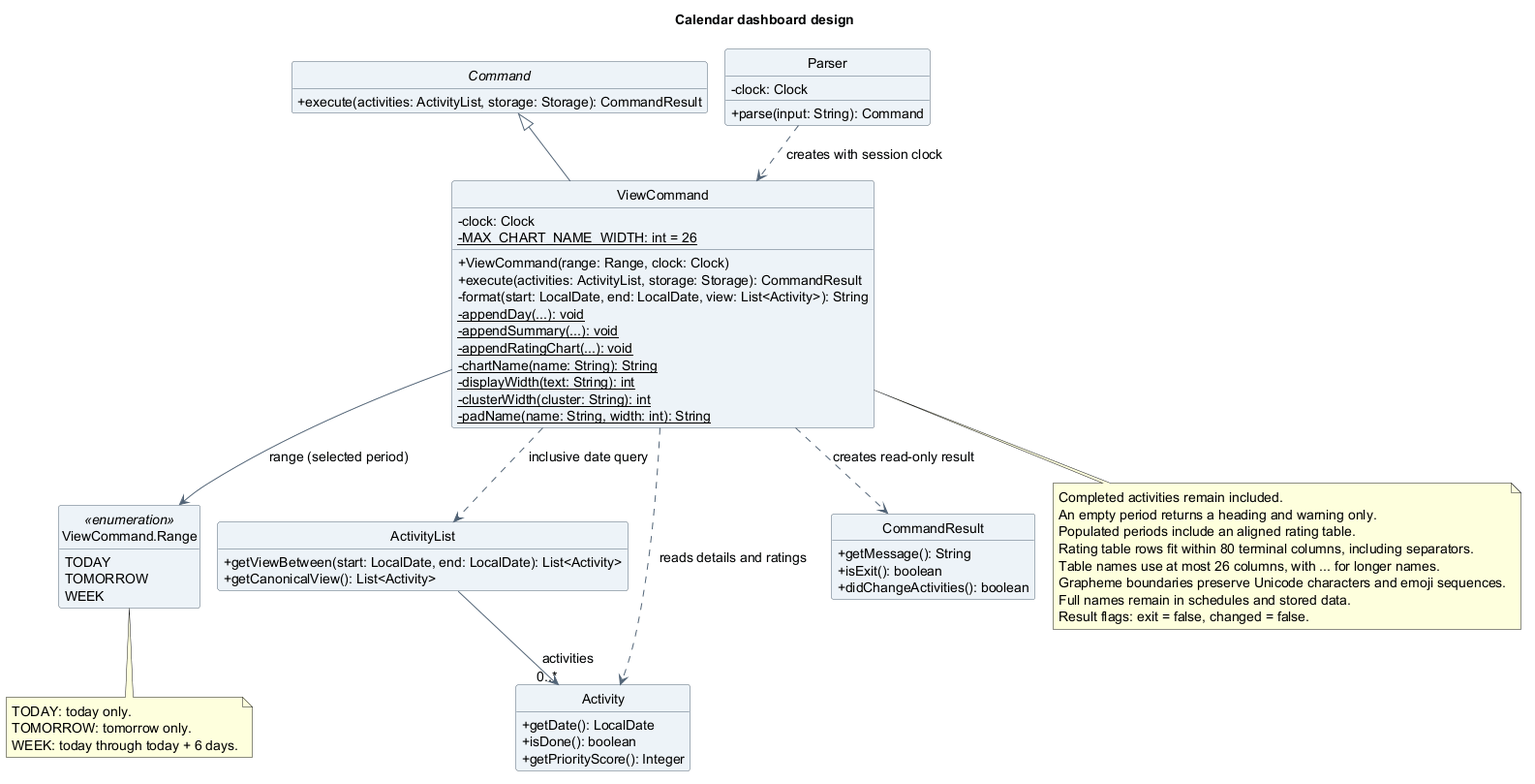
Earlier version of the PlantUML export docs/images/atharva/class/CalendarViewClassDiagram.png (AY2627S1-CS2113-T10-4/tp).
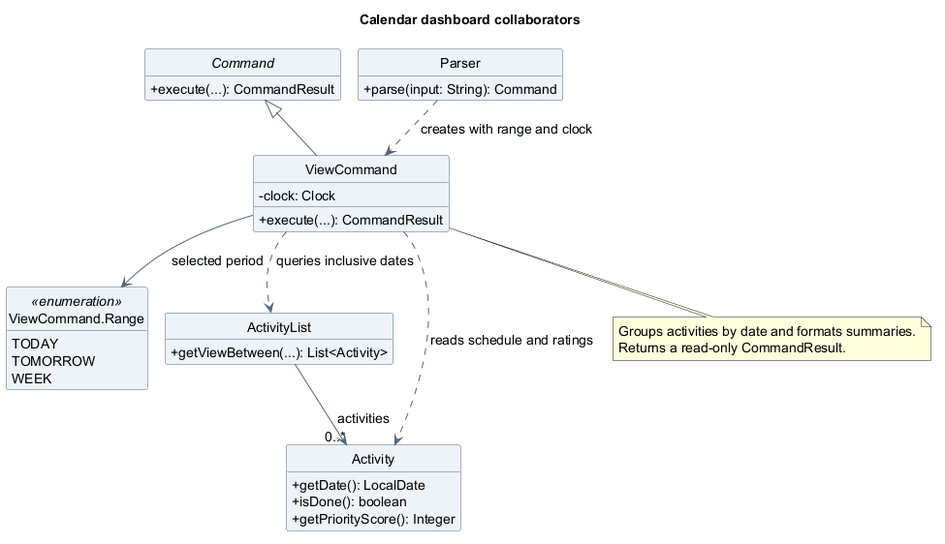
The same diagram one commit later.

The edit, as a diff of the source:
```diff
@@ -1,6 +1,6 @@
 @startuml
 !pragma layout smetana
-title Calendar dashboard design
+title Calendar dashboard collaborators
 skinparam backgroundColor white
 skinparam shadowing false
 skinparam defaultFontName SansSerif
@@ -13,25 +13,14 @@
 hide empty members
 
 abstract class Command {
-  +execute(activities: ActivityList, storage: Storage): CommandResult
+  +execute(...): CommandResult
 }
 class Parser {
-  -clock: Clock
   +parse(input: String): Command
 }
 class ViewCommand {
   -clock: Clock
-  {static} -MAX_CHART_NAME_WIDTH: int = 26
-  +ViewCommand(range: Range, clock: Clock)
-  +execute(activities: ActivityList, storage: Storage): CommandResult
-  -format(start: LocalDate, end: LocalDate, view: List<Activity>): String
-  {static} -appendDay(...): void
-  {static} -appendSummary(...): void
-  {static} -appendRatingChart(...): void
-  {static} -chartName(name: String): String
-  {static} -displayWidth(text: String): int
-  {static} -clusterWidth(cluster: String): int
-  {static} -padName(name: String, width: int): String
+  +execute(...): CommandResult
 }
 enum "ViewCommand.Range" as Range <<enumeration>> {
   TODAY
@@ -39,41 +28,21 @@
   WEEK
 }
 class ActivityList {
-  +getViewBetween(start: LocalDate, end: LocalDate): List<Activity>
-  +getCanonicalView(): List<Activity>
+  +getViewBetween(...): List<Activity>
 }
 class Activity {
   +getDate(): LocalDate
   +isDone(): boolean
   +getPriorityScore(): Integer
 }
-class CommandResult {
-  +getMessage(): String
-  +isExit(): boolean
-  +didChangeActivities(): boolean
-}
-
 Command <|-- ViewCommand
-Parser ..> ViewCommand : creates with session clock
-ViewCommand --> Range : range (selected period)
-ViewCommand ..> ActivityList : inclusive date query
-ViewCommand ..> Activity : reads details and ratings
-ViewCommand ..> CommandResult : creates read-only result
+Parser ..> ViewCommand : creates with range and clock
+ViewCommand --> Range : selected period
+ViewCommand ..> ActivityList : queries inclusive dates
+ViewCommand ..> Activity : reads schedule and ratings
 ActivityList --> "0..*" Activity : activities
-
-note bottom of Range
-  TODAY: today only.
-  TOMORROW: tomorrow only.
-  WEEK: today through today + 6 days.
-end note
 note bottom of ViewCommand
-  Completed activities remain included.
-  An empty period returns a heading and warning only.
-  Populated periods include an aligned rating table.
-  Rating table rows fit within 80 terminal columns, including separators.
-  Table names use at most 26 columns, with ... for longer names.
-  Grapheme boundaries preserve Unicode characters and emoji sequences.
-  Full names remain in schedules and stored data.
-  Result flags: exit = false, changed = false.
+  Groups activities by date and formats summaries.
+  Returns a read-only CommandResult.
 end note
 @enduml
```
